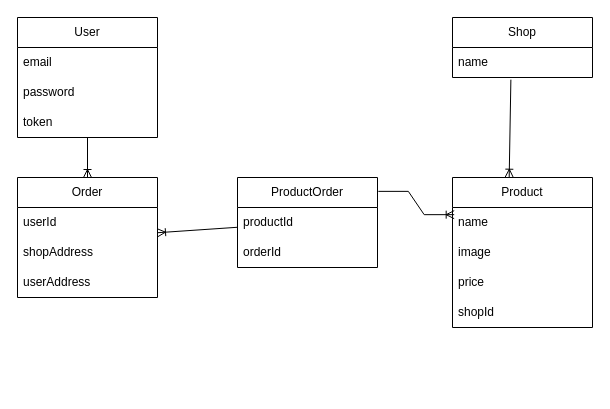
Before: server/Diagram bez tytułu.drawio in anKhav/elif-school-delivery, a draw.io diagram. Source tidied: cells renumbered, new cells numbered last; positions are measured from the earlier drawing's top-left corner, leaving out a move shared by most shapes. Both pictures are drawn from the tidied source at 100%, with x=0, y=0 at pixel (17, 17).
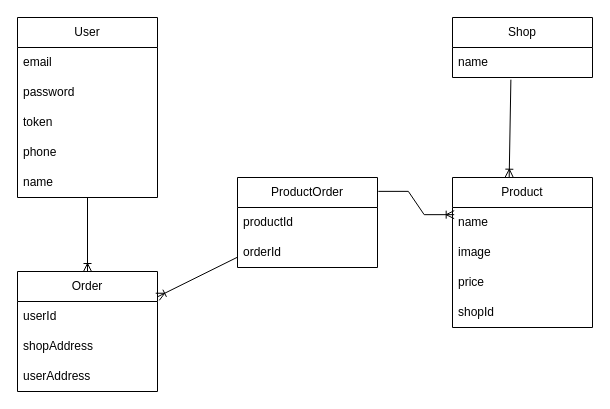
The same diagram, later.

What changed in the source:
```diff
@@
     <mxCell id="2" value="User" style="swimlane;fontStyle=0;horizontal=1;startSize=30;whiteSpace=wrap;html=1;" parent="1" vertex="1">
-      <mxGeometry width="140" height="120" as="geometry" />
+      <mxGeometry width="140" height="180" as="geometry" />
     </mxCell>
@@
+    <mxCell id="24" value="phone" style="text;strokeColor=none;fillColor=none;align=left;verticalAlign=middle;spacingLeft=4;spacingRight=4;overflow=hidden;whiteSpace=wrap;html=1;" parent="2" vertex="1">
+      <mxGeometry y="120" width="140" height="30" as="geometry" />
+    </mxCell>
+    <mxCell id="25" value="name" style="text;strokeColor=none;fillColor=none;align=left;verticalAlign=middle;spacingLeft=4;spacingRight=4;overflow=hidden;whiteSpace=wrap;html=1;" parent="2" vertex="1">
+      <mxGeometry y="150" width="140" height="30" as="geometry" />
+    </mxCell>
@@
     <mxCell id="13" value="Order" style="swimlane;fontStyle=0;horizontal=1;startSize=30;whiteSpace=wrap;html=1;" parent="1" vertex="1">
-      <mxGeometry y="160" width="140" height="120" as="geometry" />
+      <mxGeometry y="254" width="140" height="120" as="geometry" />
     </mxCell>
```
